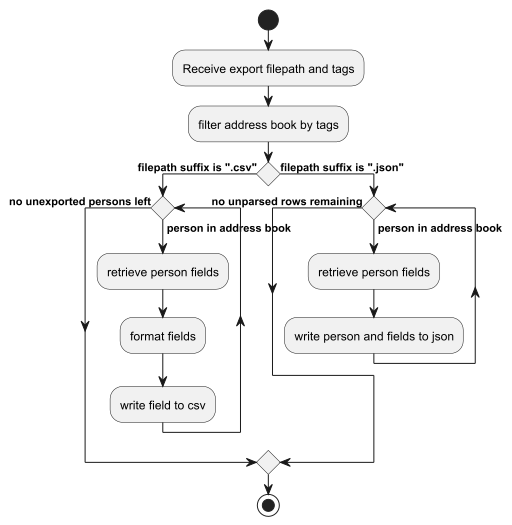
Before: docs/images/ExportActivityDiagram.png, a diagram exported from PlantUML (ashmitahaldar/tp). Its source is kept beside it as docs/diagrams/ExportActivityDiagram.puml. Source of this version:
```plantuml
@startuml
!include style.puml

start
:Receive export filepath and tags;
:filter address book by tags;
if () then (filepath suffix is ".csv")
  while () is (person in address book)
    :retrieve person fields;
    :format fields;
    :write field to csv;
  endwhile (no unexported persons left)
else (filepath suffix is ".json")
  while () is (person in address book)
    :retrieve person fields;
    :write person and fields to json;
  endwhile (no unparsed rows remaining)
endif
stop

@enduml
```
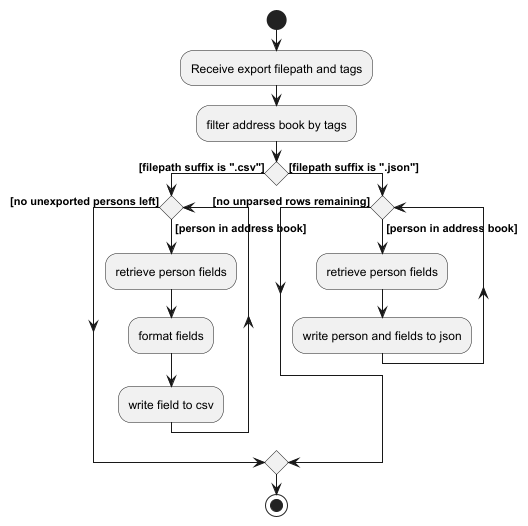
After the change.

Commit message:
Add square brackets to activity diagrams

Change to the diagram source:
```diff
@@ -4,17 +4,17 @@
 start
 :Receive export filepath and tags;
 :filter address book by tags;
-if () then (filepath suffix is ".csv")
-  while () is (person in address book)
+if () then ([filepath suffix is ".csv"])
+  while () is ([person in address book])
     :retrieve person fields;
     :format fields;
     :write field to csv;
-  endwhile (no unexported persons left)
-else (filepath suffix is ".json")
-  while () is (person in address book)
+  endwhile ([no unexported persons left])
+else ([filepath suffix is ".json"])
+  while () is ([person in address book])
     :retrieve person fields;
     :write person and fields to json;
-  endwhile (no unparsed rows remaining)
+  endwhile ([no unparsed rows remaining])
 endif
 stop
 
```
